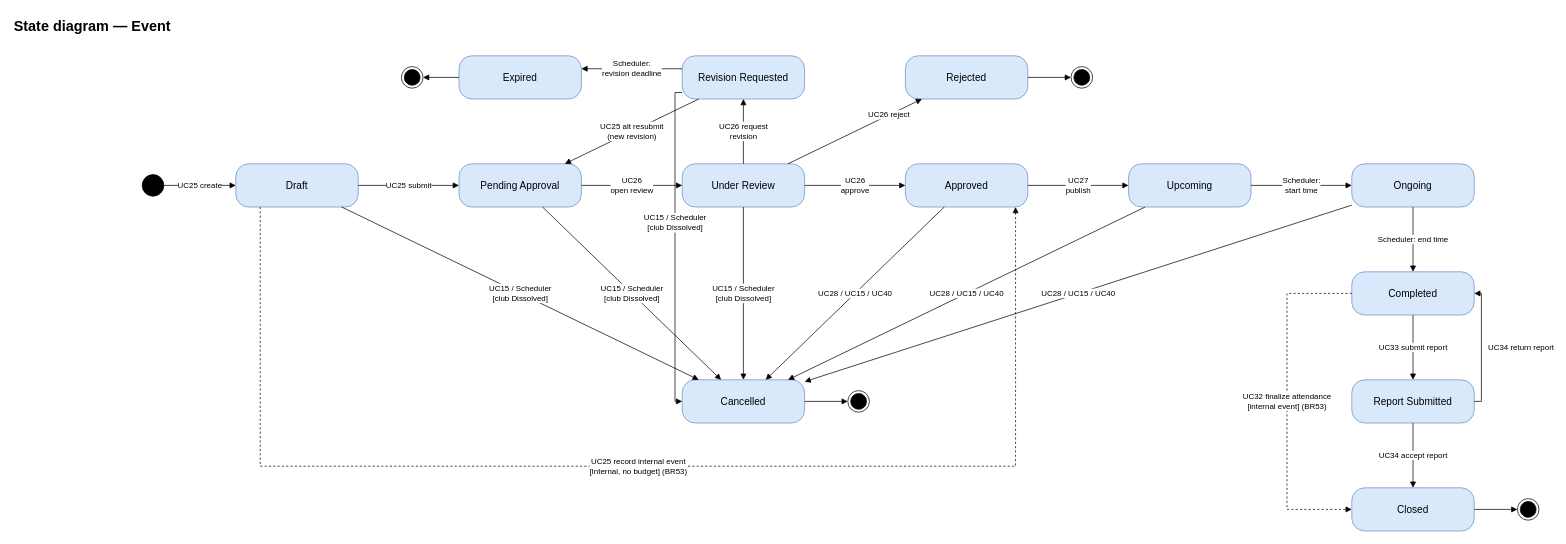
Before: page "Event" (6 of 9) of docs/03-diagrams/UCMS_State_Diagrams.drawio in nvdekay/ClubManagementSystem, a draw.io diagram. Source tidied: cells renumbered, new cells numbered last; positions are measured from the earlier drawing's top-left corner, leaving out a move shared by most shapes. Both pictures are drawn from the tidied source at 72%, with x=0, y=0 at pixel (12, 12).
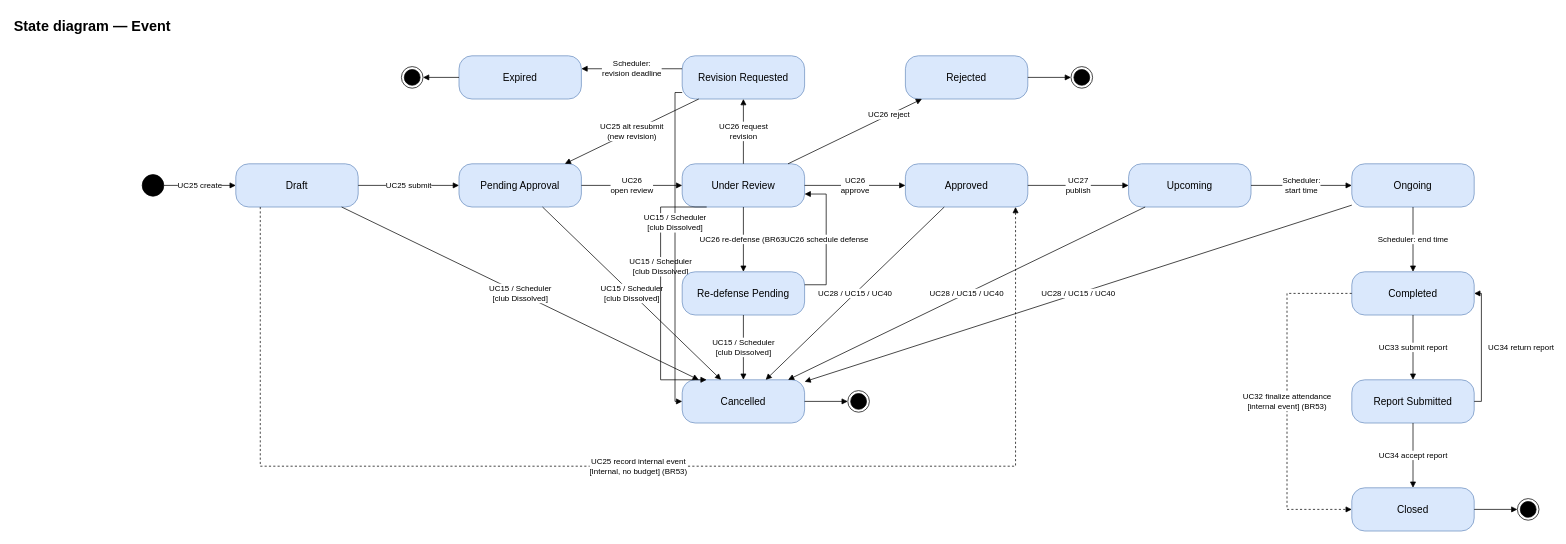
After the change.

Commit message (it also covers changes not shown here):
docs(diagrams): update state, workflow, sequence, screen flow, and class diagrams for event defense

The change refers to these unchanged cells:
```xml
<mxCell id="7" value="Under Review" style="rounded=1;arcSize=30;whiteSpace=wrap;html=1;fillColor=#dae8fc;strokeColor=#6c8ebf;fontSize=14;" parent="1" vertex="1">
  <mxGeometry x="930" y="210" width="170" height="60" as="geometry" />
</mxCell>
<mxCell id="14" value="Cancelled" style="rounded=1;arcSize=30;whiteSpace=wrap;html=1;fillColor=#dae8fc;strokeColor=#6c8ebf;fontSize=14;" parent="1" vertex="1">
  <mxGeometry x="930" y="510" width="170" height="60" as="geometry" />
</mxCell>
```

Change to the diagram source:
```diff
@@
-    <mxCell id="40" value="UC15 / Scheduler&lt;br&gt;[club Dissolved]" style="endArrow=block;endFill=1;html=1;rounded=0;fontSize=11;labelBackgroundColor=#ffffff;" parent="1" edge="1" source="7" target="14">
-      <mxGeometry relative="1" as="geometry" />
+    <mxCell id="40" value="UC15 / Scheduler&lt;br&gt;[club Dissolved]" style="endArrow=block;endFill=1;html=1;rounded=0;fontSize=11;labelBackgroundColor=#ffffff;exitX=0.2;exitY=1;entryX=0.2;entryY=0;edgeStyle=orthogonalEdgeStyle;" parent="1" edge="1" source="7" target="14">
+      <mxGeometry x="-0.2" relative="1" as="geometry">
+        <Array as="points">
+          <mxPoint x="900" y="270" />
+          <mxPoint x="900" y="510" />
+        </Array>
+      </mxGeometry>
     </mxCell>
@@
+    <mxCell id="48" value="Re-defense Pending" style="rounded=1;arcSize=30;whiteSpace=wrap;html=1;fillColor=#dae8fc;strokeColor=#6c8ebf;fontSize=14;" parent="1" vertex="1">
+      <mxGeometry x="930" y="360" width="170" height="60" as="geometry" />
+    </mxCell>
+    <mxCell id="49" value="UC26 re-defense (BR63)" style="endArrow=block;endFill=1;html=1;rounded=0;fontSize=11;labelBackgroundColor=#ffffff;" parent="1" edge="1" source="7" target="48">
+      <mxGeometry relative="1" as="geometry" />
+    </mxCell>
+    <mxCell id="50" value="UC26 schedule defense" style="endArrow=block;endFill=1;html=1;rounded=0;fontSize=11;labelBackgroundColor=#ffffff;exitX=1;exitY=0.3;entryX=1;entryY=0.7;edgeStyle=orthogonalEdgeStyle;" parent="1" edge="1" source="48" target="7">
+      <mxGeometry relative="1" as="geometry">
+        <Array as="points">
+          <mxPoint x="1130" y="378" />
+          <mxPoint x="1130" y="252" />
+        </Array>
+      </mxGeometry>
+    </mxCell>
+    <mxCell id="51" value="UC15 / Scheduler&lt;br&gt;[club Dissolved]" style="endArrow=block;endFill=1;html=1;rounded=0;fontSize=11;labelBackgroundColor=#ffffff;" parent="1" edge="1" source="48" target="14">
+      <mxGeometry relative="1" as="geometry" />
+    </mxCell>
```
